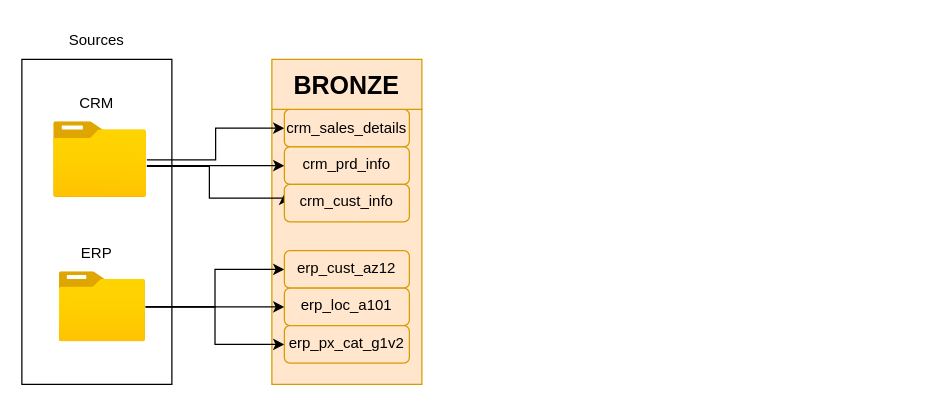
Above: sql_database_vis.drawio in mihalkrol/sql-data-warehouse-portfolio-project (draw.io), before the change. Source tidied: cells renumbered, new cells numbered last; positions are measured from the earlier drawing's top-left corner, leaving out a move shared by most shapes. Both pictures are drawn from the tidied source at 125%, with x=0, y=0 at pixel (21, 21).
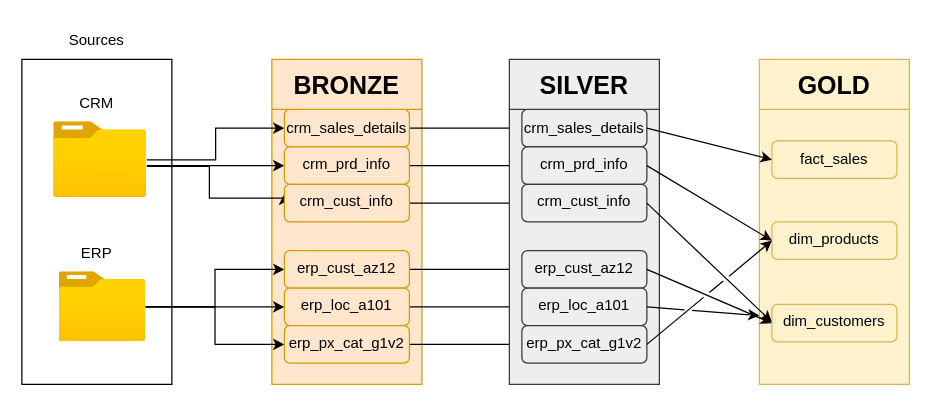
The same diagram, later.

Unchanged cells that the change refers to:
```xml
<mxCell id="15" value="crm_sales_details" style="text;html=1;whiteSpace=wrap;strokeColor=#d79b00;fillColor=#ffe6cc;align=center;verticalAlign=middle;rounded=1;" parent="1" vertex="1">
  <mxGeometry x="210" y="70" width="100" height="30" as="geometry" />
</mxCell>
<mxCell id="16" value="crm_prd_info" style="text;whiteSpace=wrap;align=center;strokeColor=#d79b00;fillColor=#ffe6cc;rounded=1;" parent="1" vertex="1">
  <mxGeometry x="210" y="100" width="100" height="30" as="geometry" />
</mxCell>
<mxCell id="17" value="erp_cust_az12&#10;" style="text;whiteSpace=wrap;align=center;strokeColor=#d79b00;fillColor=#ffe6cc;rounded=1;" parent="1" vertex="1">
  <mxGeometry x="210" y="183" width="100" height="30" as="geometry" />
</mxCell>
<mxCell id="18" value="erp_loc_a101" style="text;whiteSpace=wrap;align=center;strokeColor=#d79b00;fillColor=#ffe6cc;rounded=1;" parent="1" vertex="1">
  <mxGeometry x="210" y="213" width="100" height="30" as="geometry" />
</mxCell>
<mxCell id="19" value="erp_px_cat_g1v2" style="text;whiteSpace=wrap;align=center;strokeColor=#d79b00;fillColor=#ffe6cc;rounded=1;" parent="1" vertex="1">
  <mxGeometry x="210" y="243" width="100" height="30" as="geometry" />
</mxCell>
<mxCell id="21" value="crm_cust_info" style="text;whiteSpace=wrap;align=center;strokeColor=#d79b00;fillColor=#ffe6cc;rounded=1;" parent="1" vertex="1">
  <mxGeometry x="210" y="130" width="100" height="30" as="geometry" />
</mxCell>
```

Diff of the diagram source:
```diff
@@
+    <mxCell id="22" style="edgeStyle=orthogonalEdgeStyle;rounded=0;jettySize=auto;html=1;exitX=1;exitY=0.5;exitDx=0;exitDy=0;entryX=0;entryY=0.5;entryDx=0;entryDy=0;" parent="1" edge="1" source="15" target="29">
+      <mxGeometry relative="1" as="geometry" />
+    </mxCell>
@@
+    <mxCell id="23" style="edgeStyle=orthogonalEdgeStyle;rounded=0;jettySize=auto;html=1;exitX=1;exitY=0.5;exitDx=0;exitDy=0;entryX=0;entryY=0.5;entryDx=0;entryDy=0;" parent="1" edge="1" source="16" target="30">
+      <mxGeometry relative="1" as="geometry" />
+    </mxCell>
@@
+    <mxCell id="24" style="edgeStyle=orthogonalEdgeStyle;rounded=0;jettySize=auto;html=1;exitX=1;exitY=0.5;exitDx=0;exitDy=0;entryX=0;entryY=0.5;entryDx=0;entryDy=0;" parent="1" edge="1" source="17" target="31">
+      <mxGeometry relative="1" as="geometry" />
+    </mxCell>
@@
+    <mxCell id="25" style="edgeStyle=orthogonalEdgeStyle;rounded=0;jettySize=auto;html=1;exitX=1;exitY=0.5;exitDx=0;exitDy=0;entryX=0;entryY=0.5;entryDx=0;entryDy=0;" parent="1" edge="1" source="18" target="32">
+      <mxGeometry relative="1" as="geometry" />
+    </mxCell>
@@
+    <mxCell id="26" style="edgeStyle=orthogonalEdgeStyle;rounded=0;jettySize=auto;html=1;exitX=1;exitY=0.5;exitDx=0;exitDy=0;entryX=0;entryY=0.5;entryDx=0;entryDy=0;" parent="1" edge="1" source="19" target="33">
+      <mxGeometry relative="1" as="geometry" />
+    </mxCell>
@@
+    <mxCell id="27" style="edgeStyle=orthogonalEdgeStyle;rounded=0;jettySize=auto;html=1;exitX=1;exitY=0.5;exitDx=0;exitDy=0;entryX=0;entryY=0.5;entryDx=0;entryDy=0;" parent="1" edge="1" source="21" target="35">
+      <mxGeometry relative="1" as="geometry" />
+    </mxCell>
@@
+    <mxCell id="28" style="rounded=0;whiteSpace=wrap;html=1;fillColor=#eeeeee;strokeColor=#36393d;" parent="1" vertex="1">
+      <mxGeometry x="390" y="70" width="120" height="220" as="geometry" />
+    </mxCell>
+    <mxCell id="29" value="crm_sales_details" style="text;html=1;whiteSpace=wrap;strokeColor=#36393d;fillColor=#eeeeee;align=center;verticalAlign=middle;rounded=1;" parent="1" vertex="1">
+      <mxGeometry x="400" y="70" width="100" height="30" as="geometry" />
+    </mxCell>
+    <mxCell id="30" value="crm_prd_info" style="text;whiteSpace=wrap;align=center;strokeColor=#36393d;fillColor=#eeeeee;rounded=1;" parent="1" vertex="1">
+      <mxGeometry x="400" y="100" width="100" height="30" as="geometry" />
+    </mxCell>
+    <mxCell id="31" value="erp_cust_az12&#10;" style="text;whiteSpace=wrap;align=center;strokeColor=#36393d;fillColor=#eeeeee;rounded=1;" parent="1" vertex="1">
+      <mxGeometry x="400" y="183" width="100" height="30" as="geometry" />
+    </mxCell>
+    <mxCell id="32" value="erp_loc_a101" style="text;whiteSpace=wrap;align=center;strokeColor=#36393d;fillColor=#eeeeee;rounded=1;" parent="1" vertex="1">
+      <mxGeometry x="400" y="213" width="100" height="30" as="geometry" />
+    </mxCell>
+    <mxCell id="33" value="erp_px_cat_g1v2" style="text;whiteSpace=wrap;align=center;strokeColor=#36393d;fillColor=#eeeeee;rounded=1;" parent="1" vertex="1">
+      <mxGeometry x="400" y="243" width="100" height="30" as="geometry" />
+    </mxCell>
+    <mxCell id="34" value="&lt;b&gt;&lt;font style=&quot;font-size: 20px;&quot;&gt;SILVER&lt;/font&gt;&lt;/b&gt;" style="rounded=0;whiteSpace=wrap;html=1;fillColor=#eeeeee;strokeColor=#36393d;" parent="1" vertex="1">
+      <mxGeometry x="390" y="30" width="120" height="40" as="geometry" />
+    </mxCell>
+    <mxCell id="35" value="crm_cust_info" style="text;whiteSpace=wrap;align=center;strokeColor=#36393d;fillColor=#eeeeee;rounded=1;" parent="1" vertex="1">
+      <mxGeometry x="400" y="130" width="100" height="30" as="geometry" />
+    </mxCell>
+    <mxCell id="36" style="rounded=0;whiteSpace=wrap;html=1;fillColor=#fff2cc;strokeColor=#d6b656;" parent="1" vertex="1">
+      <mxGeometry x="590" y="70" width="120" height="220" as="geometry" />
+    </mxCell>
+    <mxCell id="37" value="fact_sales" style="text;html=1;whiteSpace=wrap;strokeColor=#d6b656;fillColor=#fff2cc;align=center;verticalAlign=middle;rounded=1;" parent="1" vertex="1">
+      <mxGeometry x="600" y="95.2" width="100" height="30" as="geometry" />
+    </mxCell>
+    <mxCell id="38" value="dim_products" style="text;whiteSpace=wrap;align=center;strokeColor=#d6b656;fillColor=#fff2cc;rounded=1;" parent="1" vertex="1">
+      <mxGeometry x="600" y="160" width="100" height="30" as="geometry" />
+    </mxCell>
+    <mxCell id="39" value="&lt;b&gt;&lt;font style=&quot;font-size: 20px;&quot;&gt;GOLD&lt;/font&gt;&lt;/b&gt;" style="rounded=0;whiteSpace=wrap;html=1;fillColor=#fff2cc;strokeColor=#d6b656;" parent="1" vertex="1">
+      <mxGeometry x="590" y="30" width="120" height="40" as="geometry" />
+    </mxCell>
+    <mxCell id="40" value="dim_customers" style="text;whiteSpace=wrap;align=center;strokeColor=#d6b656;fillColor=#fff2cc;rounded=1;" parent="1" vertex="1">
+      <mxGeometry x="600" y="226" width="100" height="30" as="geometry" />
+    </mxCell>
+    <mxCell id="41" style="endArrow=classic;html=1;rounded=0;entryX=0;entryY=0.5;entryDx=0;entryDy=0;exitX=1;exitY=0.5;exitDx=0;exitDy=0;jumpStyle=gap;" parent="1" edge="1" source="29" target="37">
+      <mxGeometry relative="1" as="geometry" />
+    </mxCell>
+    <mxCell id="42" style="endArrow=classic;html=1;rounded=0;entryX=0.083;entryY=0.773;entryDx=0;entryDy=0;entryPerimeter=0;exitX=1;exitY=0.5;exitDx=0;exitDy=0;jumpStyle=gap;" parent="1" edge="1" source="35" target="36">
+      <mxGeometry relative="1" as="geometry" />
+    </mxCell>
+    <mxCell id="43" style="endArrow=classic;html=1;rounded=0;exitX=1;exitY=0.5;exitDx=0;exitDy=0;entryX=0;entryY=0.5;entryDx=0;entryDy=0;jumpStyle=gap;" parent="1" edge="1" source="30" target="38">
+      <mxGeometry relative="1" as="geometry" />
+    </mxCell>
+    <mxCell id="44" style="endArrow=classic;html=1;rounded=0;exitX=1;exitY=0.5;exitDx=0;exitDy=0;entryX=0;entryY=0.5;entryDx=0;entryDy=0;jumpStyle=gap;" parent="1" edge="1" source="31" target="40">
+      <mxGeometry relative="1" as="geometry" />
+    </mxCell>
+    <mxCell id="45" style="endArrow=classic;html=1;rounded=0;exitX=1;exitY=0.5;exitDx=0;exitDy=0;entryX=0;entryY=0.5;entryDx=0;entryDy=0;jumpStyle=gap;" parent="1" edge="1" source="33" target="38">
+      <mxGeometry relative="1" as="geometry" />
+    </mxCell>
+    <mxCell id="46" style="endArrow=classic;html=1;rounded=0;exitX=1;exitY=0.5;exitDx=0;exitDy=0;entryX=0;entryY=0.75;entryDx=0;entryDy=0;jumpStyle=gap;" parent="1" edge="1" source="32" target="36">
+      <mxGeometry relative="1" as="geometry" />
+    </mxCell>
```
